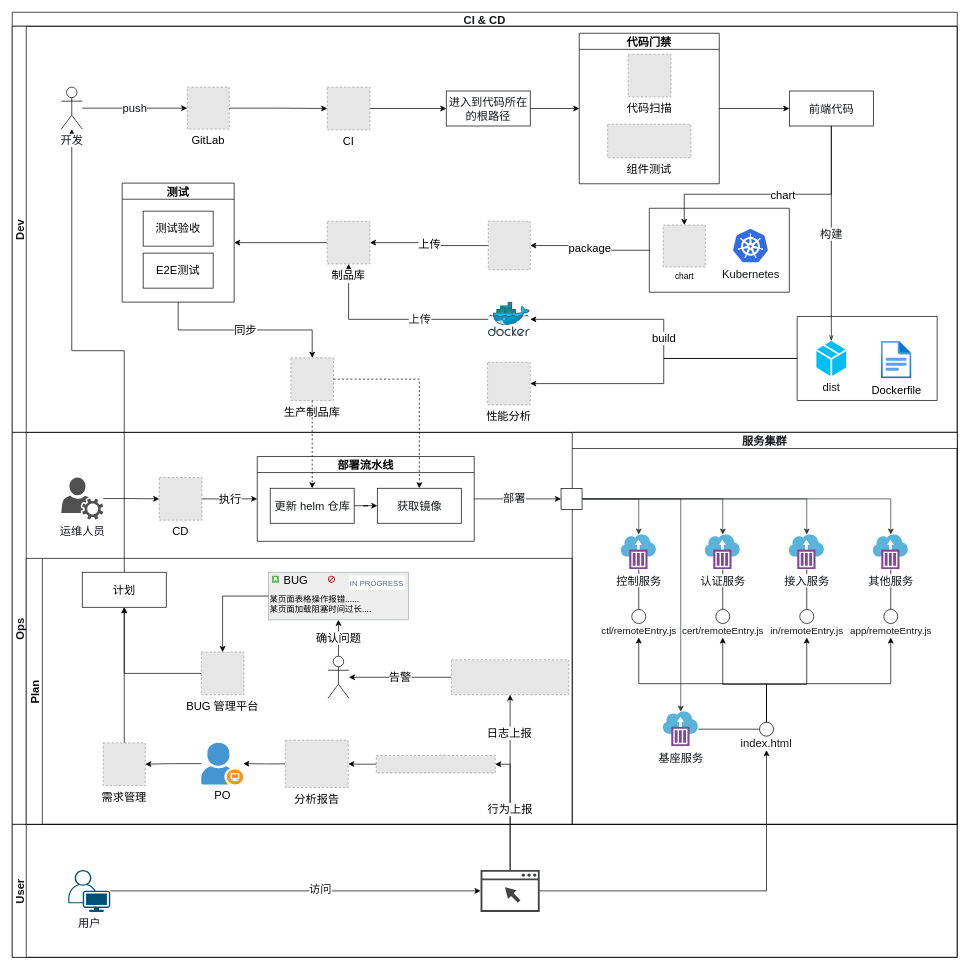
zhuoooo/doodles keeps this draw.io diagram as page "devops" (2 of 5) of CICD.drawio. Above is the earlier version. Source tidied: cells renumbered, new cells numbered last; positions are measured from the earlier drawing's top-left corner, leaving out a move shared by most shapes. Both pictures are drawn from the tidied source at 70%, with x=0, y=0 at pixel (12, 12). Pictures stored in the file or linked from it are replaced by grey dashed boxes.
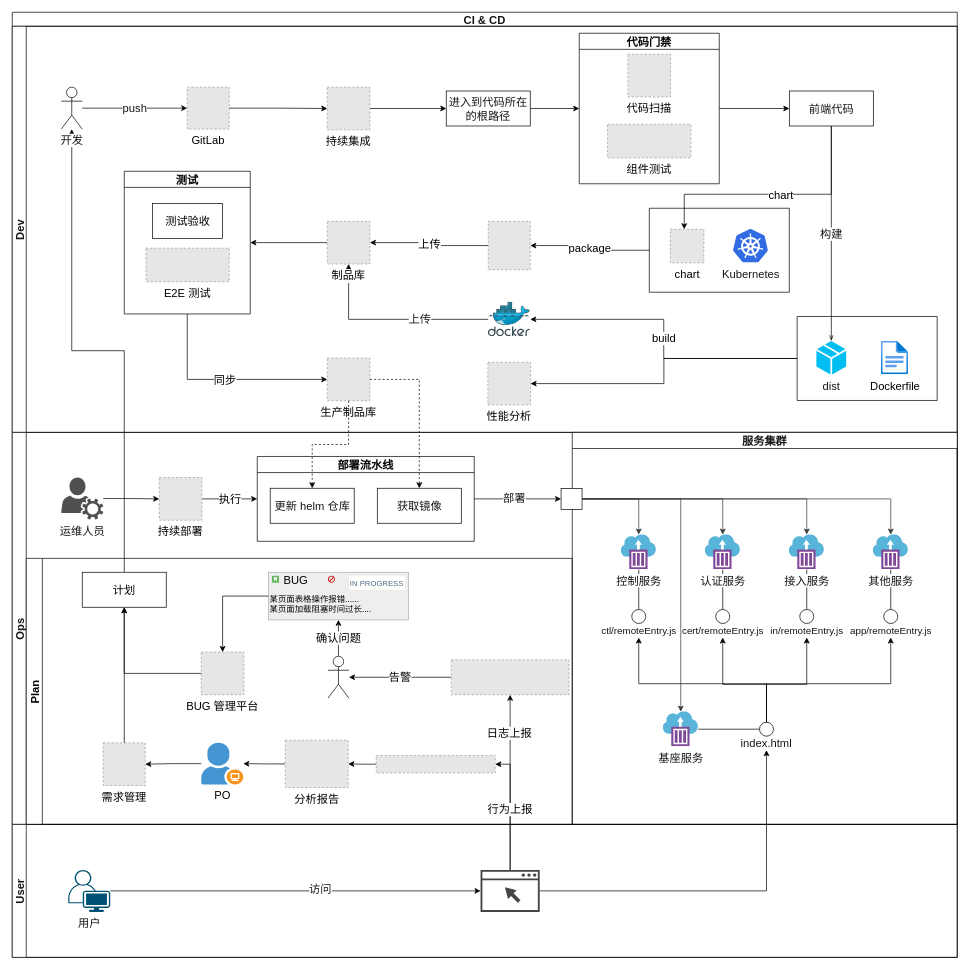
The same page after the edit.

Unchanged cells that the change refers to:
```xml
<mxCell id="4" value="Dev" style="swimlane;startSize=20;horizontal=0;fontSize=16;fontColor=#14161a;" parent="2" vertex="1">
  <mxGeometry y="20" width="1350" height="580.2" as="geometry" />
</mxCell>
<mxCell id="19" value="代码门禁" style="swimlane;fontSize=16;" parent="4" vertex="1">
  <mxGeometry x="810" y="10" width="200" height="215" as="geometry" />
</mxCell>
<mxCell id="22" style="swimlane;startSize=0;strokeWidth=1;" parent="4" vertex="1">
  <mxGeometry x="910.1" y="260" width="200" height="120" as="geometry" />
</mxCell>
<mxCell id="26" style="swimlane;startSize=0;fontSize=16;fontColor=#14161a;" parent="4" vertex="1">
  <mxGeometry x="1121.3" y="414.6" width="200" height="120" as="geometry" />
</mxCell>
<mxCell id="43" value="Ops" style="swimlane;startSize=20;horizontal=0;fontSize=16;fontColor=#14161a;" parent="2" vertex="1">
  <mxGeometry y="600.2" width="1350" height="560" as="geometry" />
</mxCell>
<mxCell id="44" value="部署流水线" style="swimlane;sketch=0;fontSize=16;strokeWidth=1;startSize=23;" parent="43" vertex="1">
  <mxGeometry x="350" y="34.4" width="310" height="121.2" as="geometry" />
</mxCell>
<mxCell id="45" value="获取镜像" style="rounded=0;whiteSpace=wrap;html=1;fontSize=16;fontColor=#14161a;" parent="44" vertex="1">
  <mxGeometry x="171.5" y="45.4" width="120" height="50" as="geometry" />
</mxCell>
<mxCell id="46" value="更新 helm 仓库" style="rounded=0;whiteSpace=wrap;html=1;fontSize=16;fontColor=#14161a;" parent="44" vertex="1">
  <mxGeometry x="18.5" y="45.4" width="120" height="50" as="geometry" />
</mxCell>
```

What changed in the source:
```diff
@@
     <mxCell id="21" value="代码扫描" style="fillColor=#E6E6E6;strokeColor=#999999;dashed=1;verticalLabelPosition=bottom;labelBackgroundColor=default;verticalAlign=top;fontSize=16;" parent="19" vertex="1">
-      <mxGeometry x="70" y="30" width="61" height="61" as="geometry" />
+      <mxGeometry x="69.5" y="30" width="61" height="61" as="geometry" />
     </mxCell>
@@
-    <mxCell id="24" value="chart" style="fillColor=#E6E6E6;strokeColor=#999999;dashed=1;html=1;verticalAlign=top;verticalLabelPosition=bottom;labelBackgroundColor=#ffffff;" parent="22" vertex="1">
-      <mxGeometry x="20" y="24" width="60" height="60" as="geometry" />
+    <mxCell id="24" value="chart" style="fillColor=#E6E6E6;strokeColor=#999999;dashed=1;html=1;verticalAlign=top;verticalLabelPosition=bottom;labelBackgroundColor=#ffffff;fontSize=16;" parent="22" vertex="1">
+      <mxGeometry x="29.9" y="30" width="48" height="48" as="geometry" />
     </mxCell>
@@
     <mxCell id="27" value="dist" style="verticalLabelPosition=bottom;html=1;verticalAlign=top;align=center;strokeColor=none;fillColor=#00BEF2;shape=mxgraph.azure.cloud_service_package_file;fontSize=16;fontColor=#14161a;" parent="26" vertex="1">
-      <mxGeometry x="27.5" y="35" width="42.5" height="50" as="geometry" />
+      <mxGeometry x="27.5" y="35" width="42.5" height="48" as="geometry" />
     </mxCell>
     <mxCell id="28" value="Dockerfile" style="html=1;align=center;image;fontSize=16;image=img/lib/azure2/general/File.svg;strokeWidth=1;" parent="26" vertex="1">
-      <mxGeometry x="120" y="35" width="43.8" height="54" as="geometry" />
+      <mxGeometry x="120" y="35" width="39" height="48" as="geometry" />
     </mxCell>
     <mxCell id="29" value="测试" style="swimlane;sketch=0;fontSize=16;strokeWidth=1;" parent="4" vertex="1">
-      <mxGeometry x="157" y="224.1" width="160" height="170" as="geometry" />
+      <mxGeometry x="160" y="207.2" width="180" height="203.8" as="geometry" />
     </mxCell>
     <mxCell id="30" value="测试验收" style="rounded=0;whiteSpace=wrap;html=1;sketch=0;fontSize=16;strokeWidth=1;" parent="29" vertex="1">
-      <mxGeometry x="30" y="40" width="100" height="50" as="geometry" />
+      <mxGeometry x="40.5" y="46" width="100" height="50" as="geometry" />
     </mxCell>
-    <mxCell id="31" value="E2E测试" style="rounded=0;whiteSpace=wrap;html=1;sketch=0;fontSize=16;strokeWidth=1;" parent="29" vertex="1">
-      <mxGeometry x="30" y="100" width="100" height="50" as="geometry" />
-    </mxCell>
+    <mxCell id="119" value="E2E 测试" style="fillColor=#E6E6E6;strokeColor=#999999;dashed=1;verticalLabelPosition=bottom;labelBackgroundColor=default;verticalAlign=top;fontSize=16;" parent="29" vertex="1">
+      <mxGeometry x="31" y="109.8" width="119" height="48" as="geometry" />
+    </mxCell>
@@
     <mxCell id="36" value="生产制品库" style="fillColor=#E6E6E6;strokeColor=#999999;dashed=1;verticalLabelPosition=bottom;labelBackgroundColor=default;verticalAlign=top;fontSize=16;" parent="4" vertex="1">
-      <mxGeometry x="398" y="473.6" width="61" height="61" as="geometry" />
+      <mxGeometry x="450" y="474" width="61" height="61" as="geometry" />
     </mxCell>
-    <mxCell id="37" value="同步" style="edgeStyle=orthogonalEdgeStyle;rounded=0;jettySize=auto;html=1;fontSize=16;endArrow=classic;endFill=1;exitX=0.5;exitY=1;exitDx=0;exitDy=0;" parent="4" edge="1" source="29" target="36">
+    <mxCell id="37" value="同步" style="edgeStyle=orthogonalEdgeStyle;rounded=0;jettySize=auto;html=1;fontSize=16;endArrow=classic;endFill=1;exitX=0.5;exitY=1;exitDx=0;exitDy=0;entryX=0;entryY=0.5;entryDx=0;entryDy=0;" parent="4" edge="1" source="29" target="36">
       <mxGeometry relative="1" as="geometry" />
     </mxCell>
@@
-    <mxCell id="39" value="CI" style="fillColor=#E6E6E6;strokeColor=#999999;dashed=1;verticalLabelPosition=bottom;labelBackgroundColor=default;verticalAlign=top;fontSize=16;" parent="4" vertex="1">
+    <mxCell id="39" value="持续集成" style="fillColor=#E6E6E6;strokeColor=#999999;dashed=1;verticalLabelPosition=bottom;labelBackgroundColor=default;verticalAlign=top;fontSize=16;" parent="4" vertex="1">
       <mxGeometry x="450" y="87" width="61" height="61" as="geometry" />
     </mxCell>
@@
     <mxCell id="41" value="性能分析" style="fillColor=#E6E6E6;strokeColor=#999999;dashed=1;verticalLabelPosition=bottom;labelBackgroundColor=default;verticalAlign=top;fontSize=16;" parent="4" vertex="1">
-      <mxGeometry x="679" y="480" width="61" height="61" as="geometry" />
+      <mxGeometry x="679.5" y="480" width="61" height="61" as="geometry" />
     </mxCell>
@@
-    <mxCell id="47" style="edgeStyle=orthogonalEdgeStyle;rounded=0;sketch=0;jettySize=auto;html=1;strokeWidth=1;startSize=6;endSize=6;sourcePerimeterSpacing=0;targetPerimeterSpacing=0;" parent="44" edge="1" source="46" target="45">
-      <mxGeometry relative="1" as="geometry" />
-    </mxCell>
@@
-    <mxCell id="107" value="CD" style="fillColor=#E6E6E6;strokeColor=#999999;dashed=1;verticalLabelPosition=bottom;labelBackgroundColor=default;verticalAlign=top;fontSize=16;" parent="43" vertex="1">
+    <mxCell id="107" value="持续部署" style="fillColor=#E6E6E6;strokeColor=#999999;dashed=1;verticalLabelPosition=bottom;labelBackgroundColor=default;verticalAlign=top;fontSize=16;" parent="43" vertex="1">
       <mxGeometry x="210" y="64.5" width="61" height="61" as="geometry" />
     </mxCell>
```
